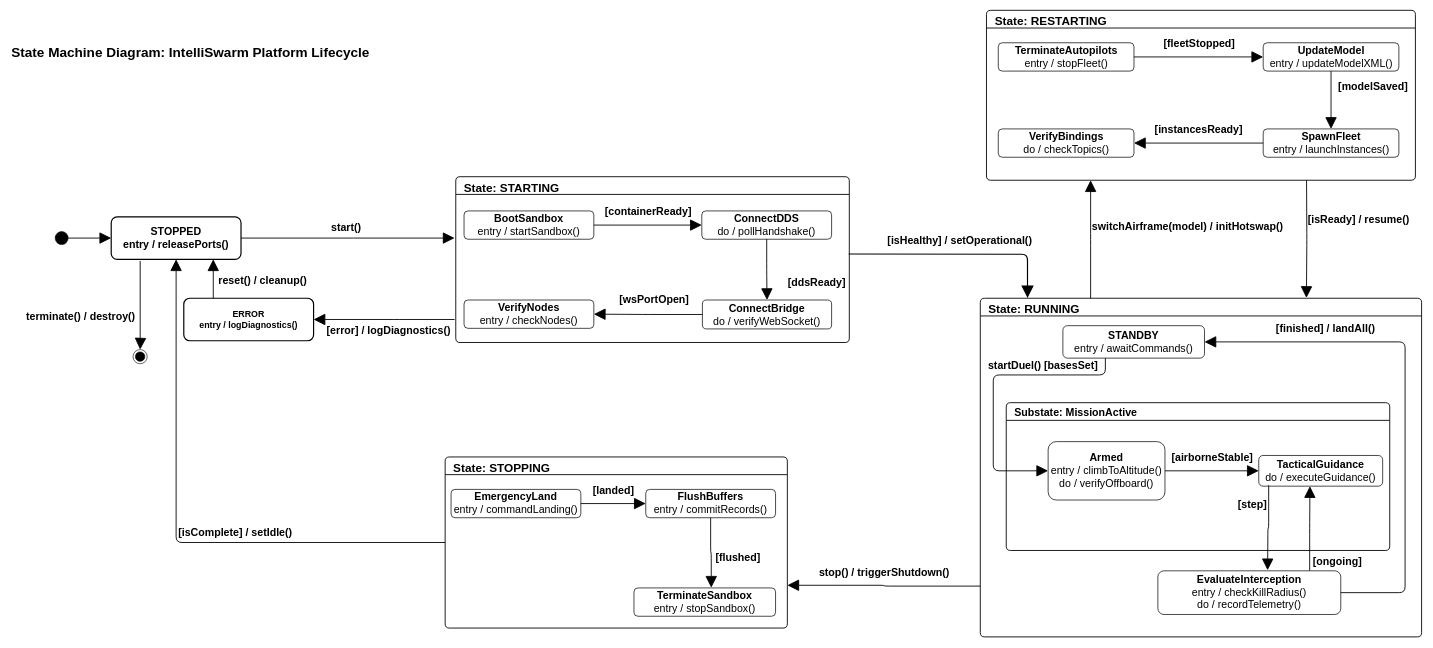
Above: 20_state_system.drawio in syedmohammad611/diagrams (draw.io), before the change. Source tidied: cells renumbered, new cells numbered last; positions are measured from the earlier drawing's top-left corner, leaving out a move shared by most shapes. Both pictures are drawn from the tidied source at 59%, with x=0, y=0 at pixel (10, 10).
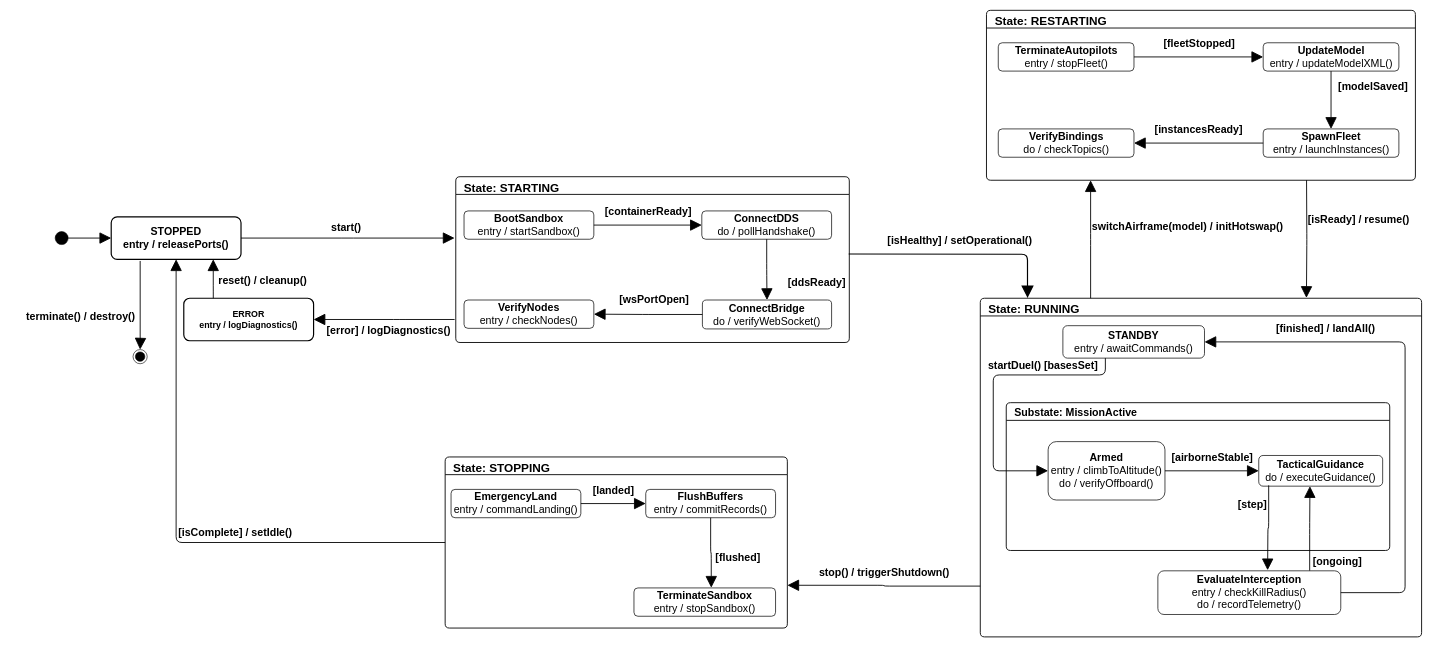
After the change.

Commit message (it also covers changes not shown here):
refactor: update state diagram layouts

Change to the diagram source:
```diff
@@
-    <mxCell id="2" value="&lt;b&gt;&lt;font style=&quot;font-size: 23px;&quot;&gt;State Machine Diagram: IntelliSwarm Platform Lifecycle&lt;/font&gt;&lt;/b&gt;" style="text;html=1;strokeColor=none;fillColor=none;align=left;verticalAlign=middle;fontSize=22;fontFamily=Helvetica;fontColor=#000000;fontStyle=1;" parent="1" vertex="1">
-      <mxGeometry y="54" width="1100" height="35" as="geometry" />
-    </mxCell>
```
